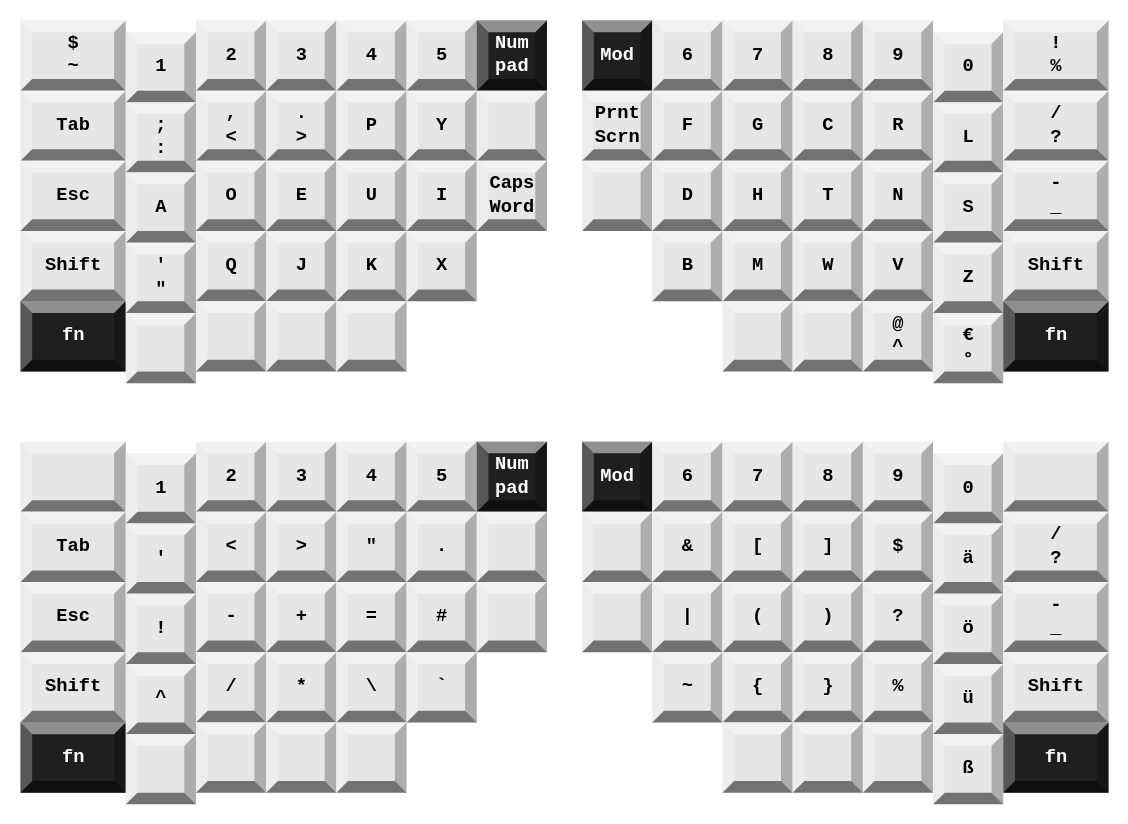
Above: keyboard.drawio in eckig/Adv360-Pro-ZMK (draw.io), before the change. Source tidied: cells renumbered, new cells numbered last; positions are measured from the earlier drawing's top-left corner, leaving out a move shared by most shapes. Both pictures are drawn from the tidied source at 117%, with x=0, y=0 at pixel (20, 20).
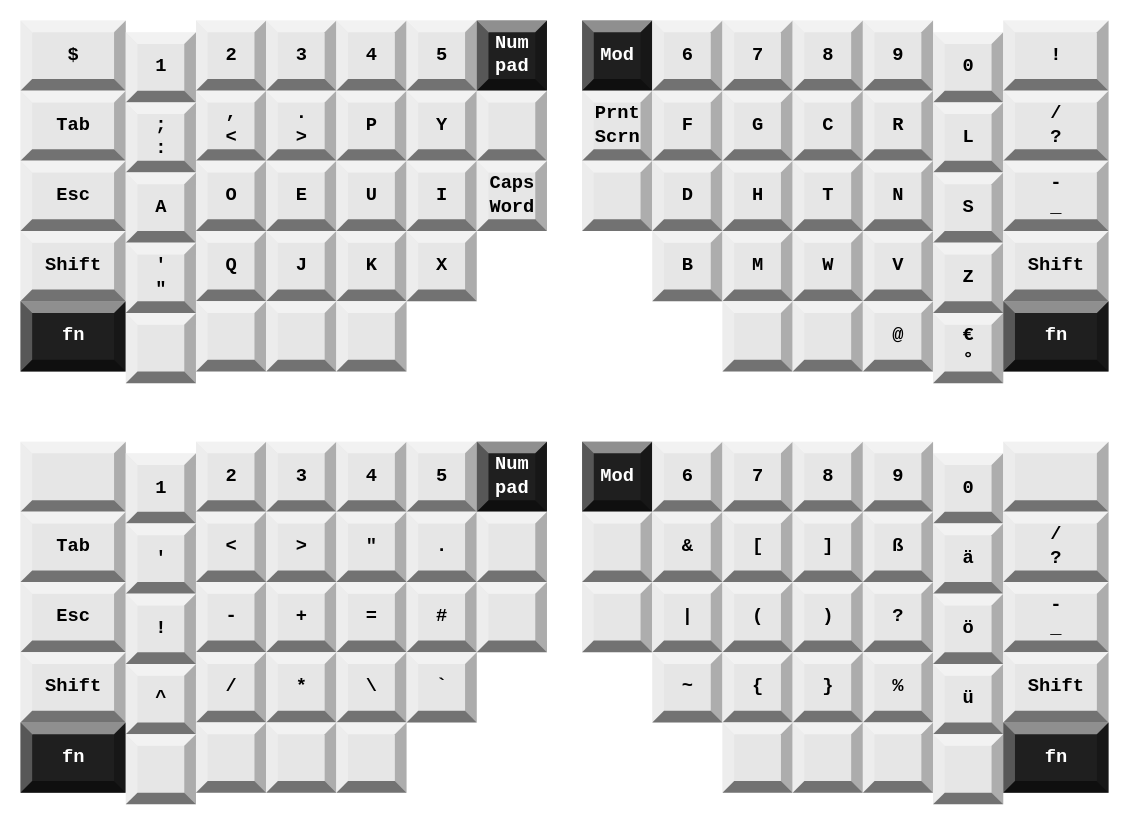
Above is the later version.

Diff of the diagram source:
```diff
@@
-    <mxCell id="2" value="$&lt;br style=&quot;font-size: 16px;&quot;&gt;~" style="labelPosition=center;verticalLabelPosition=middle;align=center;html=1;shape=mxgraph.basic.shaded_button;dx=10;fillColor=#E6E6E6;strokeColor=none;fontFamily=Consolas;fontSize=16;horizontal=1;fontStyle=1;" parent="1" vertex="1">
+    <mxCell id="2" value="$" style="labelPosition=center;verticalLabelPosition=middle;align=center;html=1;shape=mxgraph.basic.shaded_button;dx=10;fillColor=#E6E6E6;strokeColor=none;fontFamily=Consolas;fontSize=16;horizontal=1;fontStyle=1;" parent="1" vertex="1">
       <mxGeometry width="90" height="60" as="geometry" />
     </mxCell>
@@
-    <mxCell id="55" value="@&lt;br&gt;^" style="labelPosition=center;verticalLabelPosition=middle;align=center;html=1;shape=mxgraph.basic.shaded_button;dx=10;fillColor=#E6E6E6;strokeColor=none;fontFamily=Consolas;fontSize=16;fontStyle=1;" parent="1" vertex="1">
+    <mxCell id="55" value="@" style="labelPosition=center;verticalLabelPosition=middle;align=center;html=1;shape=mxgraph.basic.shaded_button;dx=10;fillColor=#E6E6E6;strokeColor=none;fontFamily=Consolas;fontSize=16;fontStyle=1;" parent="1" vertex="1">
       <mxGeometry x="720" y="240" width="60" height="60" as="geometry" />
     </mxCell>
@@
-    <mxCell id="61" value="!&lt;br&gt;%" style="labelPosition=center;verticalLabelPosition=middle;align=center;shape=mxgraph.basic.shaded_button;dx=10;fillColor=#E6E6E6;strokeColor=none;fontFamily=Consolas;fontSize=16;html=1;verticalAlign=middle;fontStyle=1;" parent="1" vertex="1">
+    <mxCell id="61" value="!" style="labelPosition=center;verticalLabelPosition=middle;align=center;shape=mxgraph.basic.shaded_button;dx=10;fillColor=#E6E6E6;strokeColor=none;fontFamily=Consolas;fontSize=16;html=1;verticalAlign=middle;fontStyle=1;" parent="1" vertex="1">
       <mxGeometry x="840" width="90" height="60" as="geometry" />
     </mxCell>
@@
-    <mxCell id="116" value="$" style="labelPosition=center;verticalLabelPosition=middle;align=center;shape=mxgraph.basic.shaded_button;dx=10;fillColor=#E6E6E6;strokeColor=none;fontFamily=Consolas;fontSize=16;html=1;verticalAlign=middle;fontStyle=1;" parent="1" vertex="1">
+    <mxCell id="116" value="ß" style="labelPosition=center;verticalLabelPosition=middle;align=center;shape=mxgraph.basic.shaded_button;dx=10;fillColor=#E6E6E6;strokeColor=none;fontFamily=Consolas;fontSize=16;html=1;verticalAlign=middle;fontStyle=1;" parent="1" vertex="1">
       <mxGeometry x="720" y="420" width="60" height="60" as="geometry" />
     </mxCell>
@@
-    <mxCell id="124" value="ß" style="labelPosition=center;verticalLabelPosition=middle;align=center;html=1;shape=mxgraph.basic.shaded_button;dx=10;fillColor=#E6E6E6;strokeColor=none;fontFamily=Consolas;fontSize=16;fontStyle=1;" parent="1" vertex="1">
+    <mxCell id="124" style="labelPosition=center;verticalLabelPosition=middle;align=center;html=1;shape=mxgraph.basic.shaded_button;dx=10;fillColor=#E6E6E6;strokeColor=none;fontFamily=Consolas;fontSize=16;fontStyle=1;" parent="1" vertex="1">
       <mxGeometry x="780" y="610" width="60" height="60" as="geometry" />
     </mxCell>
```
